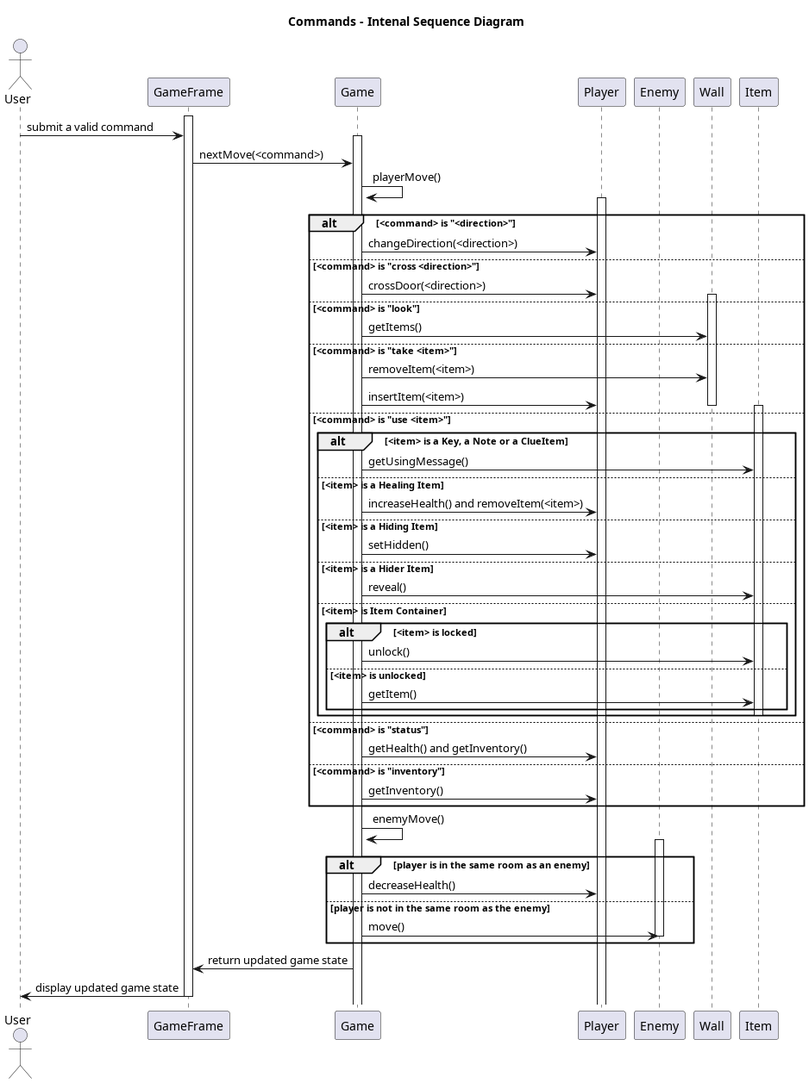
This is docs/uml/CommandInternalSequenceDiagram.png from nardib/TextAdventure, a PlantUML export, as it was before one commit.
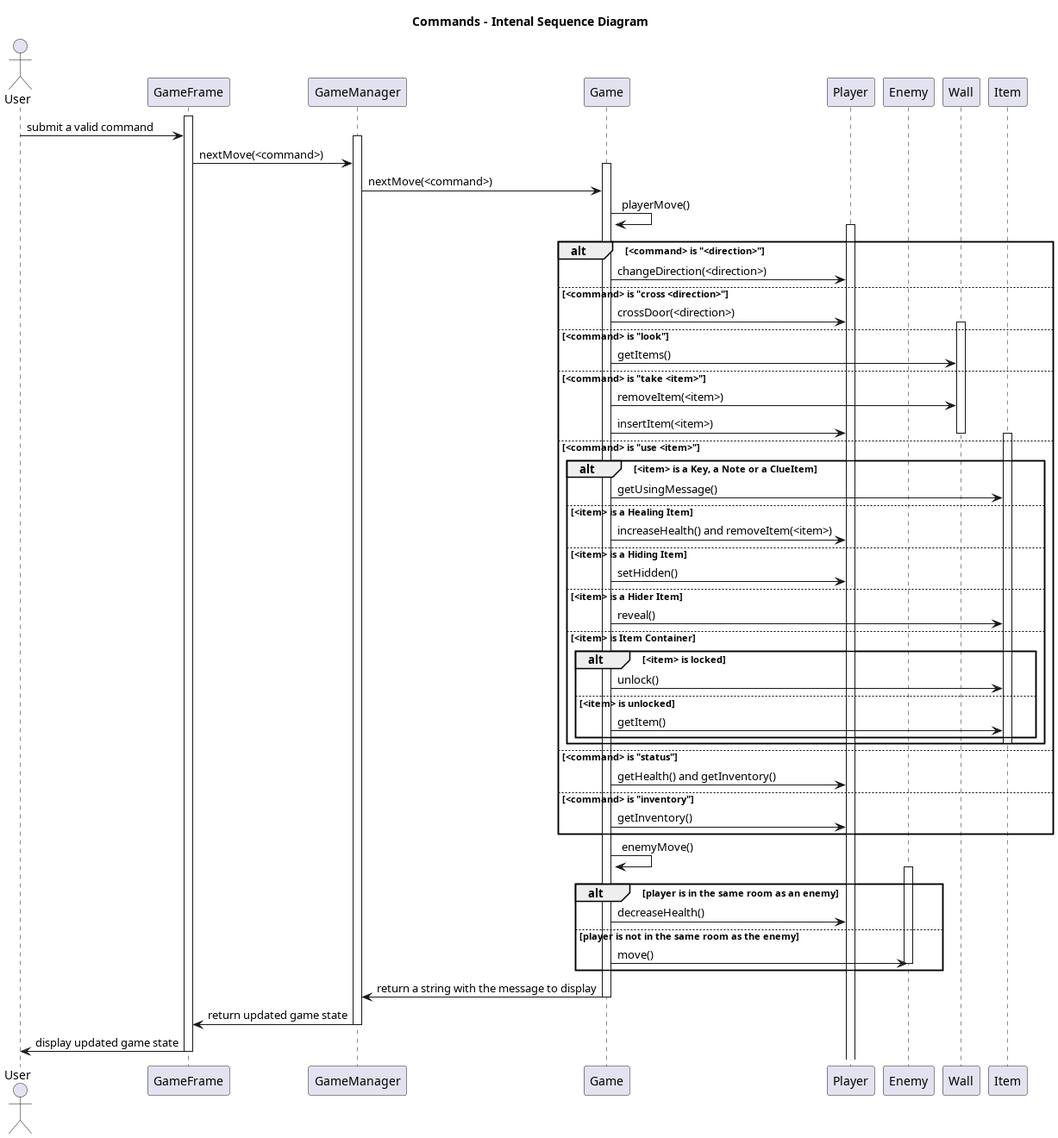
Later version of the same file.

Change to the diagram source:
```diff
@@ -4,6 +4,7 @@
 
 actor User
 participant GameFrame
+participant GameManager
 participant Game
 participant Player
 participant Enemy
@@ -13,8 +14,10 @@
 activate GameFrame
 User -> GameFrame : submit a valid command
 
+activate GameManager
+GameFrame -> GameManager : nextMove(<command>)
 activate Game
-GameFrame -> Game : nextMove(<command>)
+GameManager -> Game : nextMove(<command>)
 
 Game -> Game : playerMove()
 
@@ -63,9 +66,11 @@
     deactivate Enemy
 end
 
-Game -> GameFrame : return updated game state
+Game -> GameManager : return a string with the message to display
+deactivate Game
+GameManager -> GameFrame : return updated game state
+deactivate GameManager
 GameFrame -> User : display updated game state
-
 deactivate GameFrame
 
 @enduml
```
